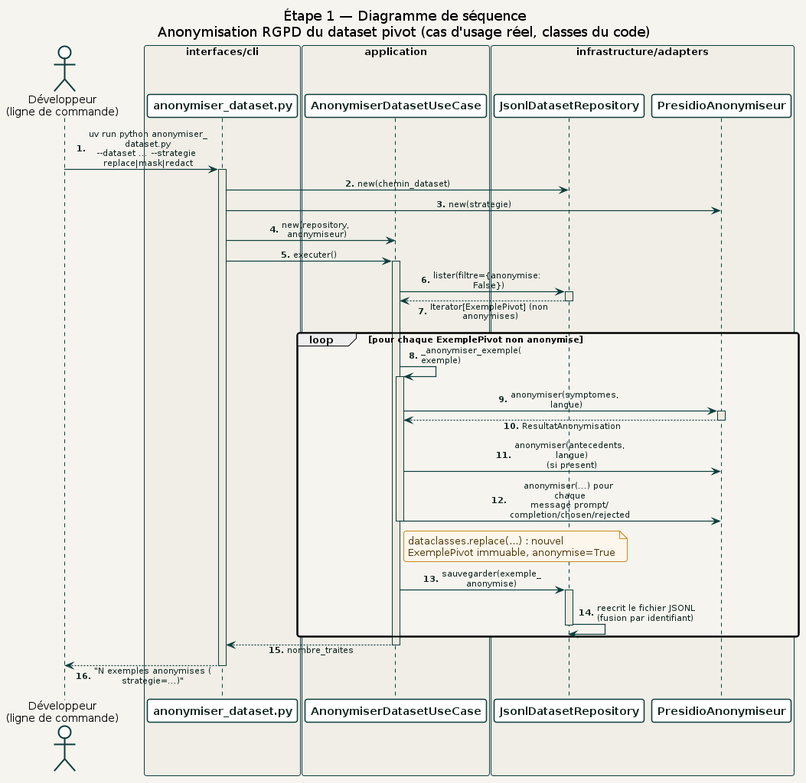
This is docs/diagrams/02_etape1_donnees/sequence/anonymiser_dataset.png from racemartin/m14_ocr, a PlantUML export, as it was before one commit. Its source is kept beside it as docs/diagrams/02_etape1_donnees/sequence/anonymiser_dataset.puml.
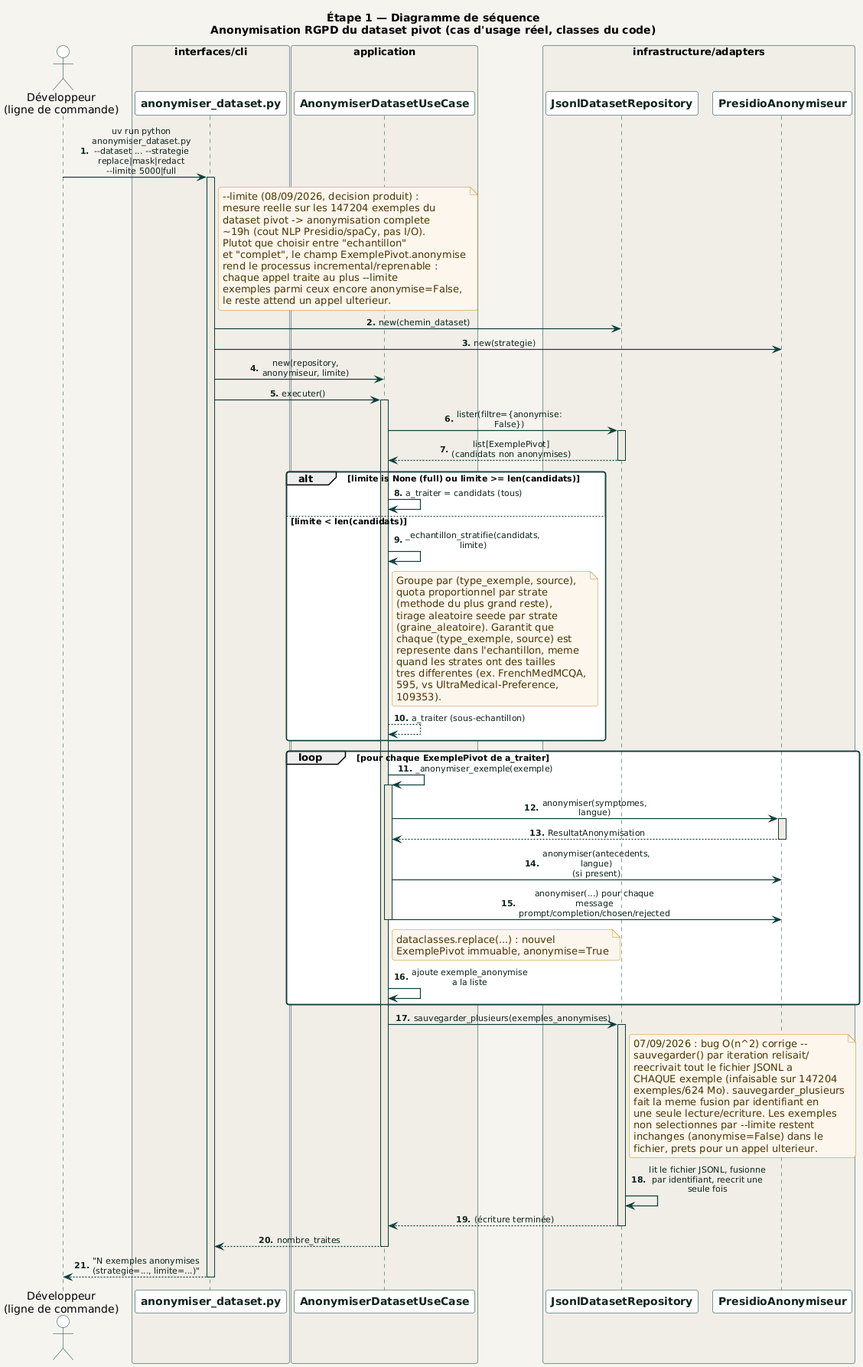
After the change.

Diff of the diagram source:
```diff
@@ -20,22 +20,55 @@
 
 autonumber "<b>0."
 
-Dev -> CLI : uv run python anonymiser_dataset.py\n~-~-dataset ... ~-~-strategie replace|mask|redact
+Dev -> CLI : uv run python anonymiser_dataset.py\n~-~-dataset ... ~-~-strategie replace|mask|redact\n~-~-limite 5000|full
 activate CLI
+
+note right of CLI
+  ~-~-limite (08/09/2026, decision produit) :
+  mesure reelle sur les 147204 exemples du
+  dataset pivot -> anonymisation complete
+  ~19h (cout NLP Presidio/spaCy, pas I/O).
+  Plutot que choisir entre "echantillon"
+  et "complet", le champ ExemplePivot.anonymise
+  rend le processus incremental/reprenable :
+  chaque appel traite au plus ~-~-limite
+  exemples parmi ceux encore anonymise=False,
+  le reste attend un appel ulterieur.
+end note
 
 CLI -> Repo : new(chemin_dataset)
 CLI -> Anonymiseur : new(strategie)
-CLI -> UC : new(repository, anonymiseur)
+CLI -> UC : new(repository, anonymiseur, limite)
 
 CLI -> UC : executer()
 activate UC
 
 UC -> Repo : lister(filtre={anonymise: False})
 activate Repo
-Repo --> UC : Iterator[ExemplePivot] (non anonymises)
+Repo --> UC : list[ExemplePivot] (candidats non anonymises)
 deactivate Repo
 
-loop pour chaque ExemplePivot non anonymise
+alt limite is None (full) ou limite >= len(candidats)
+  UC -> UC : a_traiter = candidats (tous)
+else limite < len(candidats)
+  UC -> UC : _echantillon_stratifie(candidats, limite)
+  note right of UC
+    Groupe par (type_exemple, source),
+    quota proportionnel par strate
+    (methode du plus grand reste),
+    tirage aleatoire seede par strate
+    (graine_aleatoire). Garantit que
+    chaque (type_exemple, source) est
+    represente dans l'echantillon, meme
+    quand les strates ont des tailles
+    tres differentes (ex. FrenchMedMCQA,
+    595, vs UltraMedical-Preference,
+    109353).
+  end note
+  UC --> UC : a_traiter (sous-echantillon)
+end
+
+loop pour chaque ExemplePivot de a_traiter
   UC -> UC : _anonymiser_exemple(exemple)
   activate UC
   UC -> Anonymiseur : anonymiser(symptomes, langue)
@@ -49,17 +82,31 @@
     ExemplePivot immuable, anonymise=True
   end note
   deactivate UC
+  UC -> UC : ajoute exemple_anonymise a la liste
+end
 
-  UC -> Repo : sauvegarder(exemple_anonymise)
-  activate Repo
-  Repo -> Repo : reecrit le fichier JSONL\n(fusion par identifiant)
-  deactivate Repo
-end
+UC -> Repo : sauvegarder_plusieurs(exemples_anonymises)
+activate Repo
+note right of Repo
+  07/09/2026 : bug O(n^2) corrige --
+  sauvegarder() par iteration relisait/
+  reecrivait tout le fichier JSONL a
+  CHAQUE exemple (infaisable sur 147204
+  exemples/624 Mo). sauvegarder_plusieurs
+  fait la meme fusion par identifiant en
+  une seule lecture/ecriture. Les exemples
+  non selectionnes par ~-~-limite restent
+  inchanges (anonymise=False) dans le
+  fichier, prets pour un appel ulterieur.
+end note
+Repo -> Repo : lit le fichier JSONL, fusionne\npar identifiant, reecrit une seule fois
+Repo --> UC : (écriture terminée)
+deactivate Repo
 
 UC --> CLI : nombre_traites
 deactivate UC
 
-CLI --> Dev : "N exemples anonymises (strategie=...)"
+CLI --> Dev : "N exemples anonymises (strategie=..., limite=...)"
 deactivate CLI
 
 @enduml
```
